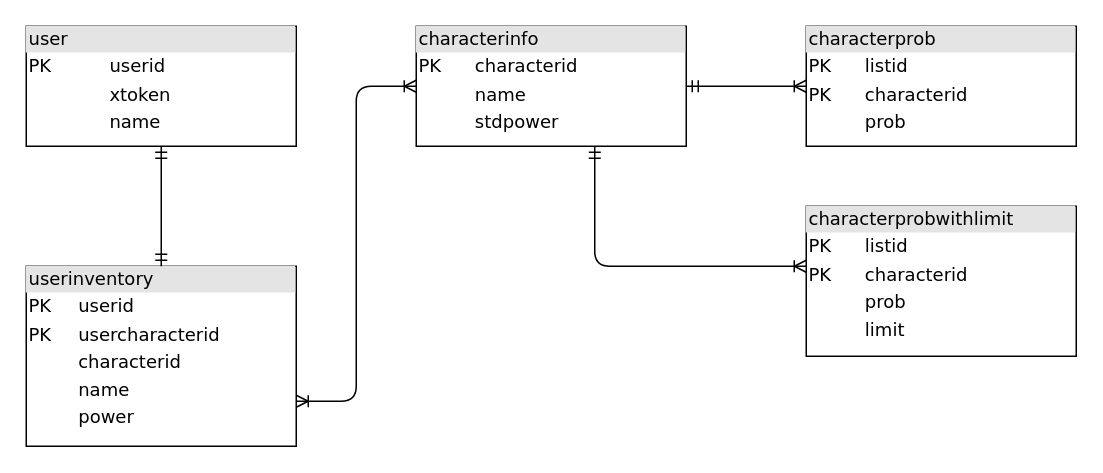
Above: Untitled Diagram.drawio in Rabishop/techtrain (draw.io), before the change. Source tidied: cells renumbered, new cells numbered last; positions are measured from the earlier drawing's top-left corner, leaving out a move shared by most shapes. Both pictures are drawn from the tidied source at 150%, with x=0, y=0 at pixel (26, 26).
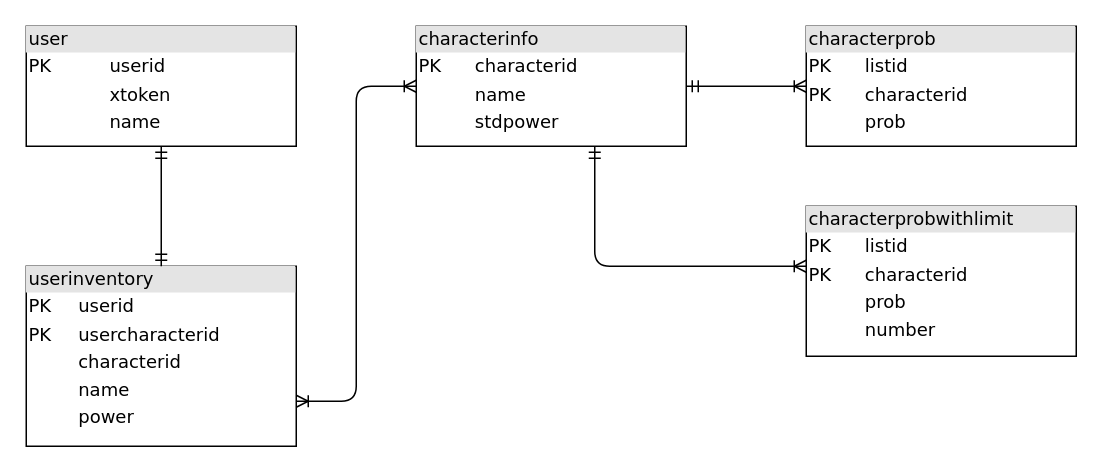
Above is the later version.

The edit, as a diff of the source:
```diff
@@
 <mxGraphModel>
   <root>
     <mxCell id="0" />
     <mxCell id="1" parent="0" />
     <mxCell id="2" value="&lt;div style=&quot;box-sizing: border-box ; width: 100% ; background: #e4e4e4 ; padding: 2px&quot;&gt;userinventory&lt;/div&gt;&lt;table style=&quot;width: 100% ; font-size: 1em&quot; cellpadding=&quot;2&quot; cellspacing=&quot;0&quot;&gt;&lt;tbody&gt;&lt;tr&gt;&lt;td&gt;PK&lt;/td&gt;&lt;td&gt;&lt;br&gt;&lt;/td&gt;&lt;td&gt;userid&lt;/td&gt;&lt;td&gt;&lt;br&gt;&lt;/td&gt;&lt;/tr&gt;&lt;tr&gt;&lt;td&gt;PK&lt;/td&gt;&lt;td&gt;&lt;br&gt;&lt;/td&gt;&lt;td&gt;usercharacterid&lt;br&gt;&lt;/td&gt;&lt;td&gt;&lt;br&gt;&lt;/td&gt;&lt;/tr&gt;&lt;tr&gt;&lt;td&gt;&lt;br&gt;&lt;/td&gt;&lt;td&gt;&lt;br&gt;&lt;/td&gt;&lt;td&gt;characterid&lt;br&gt;&lt;/td&gt;&lt;td&gt;&lt;/td&gt;&lt;/tr&gt;&lt;tr&gt;&lt;td&gt;&lt;br&gt;&lt;/td&gt;&lt;td&gt;&lt;br&gt;&lt;/td&gt;&lt;td&gt;name&lt;/td&gt;&lt;td&gt;&lt;br&gt;&lt;/td&gt;&lt;/tr&gt;&lt;tr&gt;&lt;td&gt;&lt;br&gt;&lt;/td&gt;&lt;td&gt;&lt;br&gt;&lt;/td&gt;&lt;td&gt;power&lt;/td&gt;&lt;td&gt;&lt;br&gt;&lt;/td&gt;&lt;/tr&gt;&lt;tr&gt;&lt;td&gt;&lt;br&gt;&lt;/td&gt;&lt;td&gt;&lt;br&gt;&lt;/td&gt;&lt;td&gt;&lt;br&gt;&lt;/td&gt;&lt;td&gt;&lt;br&gt;&lt;/td&gt;&lt;/tr&gt;&lt;tr&gt;&lt;td&gt;&lt;br&gt;&lt;/td&gt;&lt;td&gt;&lt;br&gt;&lt;/td&gt;&lt;td&gt;&lt;br&gt;&lt;br&gt;&lt;/td&gt;&lt;td&gt;&lt;br&gt;&lt;/td&gt;&lt;/tr&gt;&lt;tr&gt;&lt;td&gt;&lt;br&gt;&lt;/td&gt;&lt;td&gt;&lt;br&gt;&lt;/td&gt;&lt;td&gt;&lt;br&gt;&lt;/td&gt;&lt;td&gt;&lt;br&gt;&lt;/td&gt;&lt;/tr&gt;&lt;/tbody&gt;&lt;/table&gt;" style="verticalAlign=top;align=left;overflow=fill;html=1;rounded=0;shadow=0;comic=0;labelBackgroundColor=none;strokeWidth=1;fontFamily=Verdana;fontSize=12;" parent="1" vertex="1">
       <mxGeometry y="160" width="180" height="120" as="geometry" />
     </mxCell>
     <mxCell id="3" style="edgeStyle=orthogonalEdgeStyle;html=1;entryX=0.5;entryY=0;labelBackgroundColor=none;startArrow=ERmandOne;endArrow=ERmandOne;fontFamily=Verdana;fontSize=12;align=left;endFill=0;" parent="1" edge="1" source="4" target="2">
       <mxGeometry relative="1" as="geometry" />
     </mxCell>
     <mxCell id="4" value="&lt;div style=&quot;box-sizing: border-box; width: 100%; background: rgb(228, 228, 228); padding: 2px;&quot;&gt;user&lt;/div&gt;&lt;table style=&quot;width: 100% ; font-size: 1em&quot; cellpadding=&quot;2&quot; cellspacing=&quot;0&quot;&gt;&lt;tbody&gt;&lt;tr&gt;&lt;td&gt;PK&lt;/td&gt;&lt;td&gt;userid&lt;/td&gt;&lt;/tr&gt;&lt;tr&gt;&lt;td&gt;&lt;br&gt;&lt;/td&gt;&lt;td&gt;xtoken&lt;/td&gt;&lt;/tr&gt;&lt;tr&gt;&lt;td&gt;&lt;br&gt;&lt;/td&gt;&lt;td&gt;name&lt;/td&gt;&lt;/tr&gt;&lt;tr&gt;&lt;td&gt;&lt;/td&gt;&lt;td&gt;&lt;br&gt;&lt;/td&gt;&lt;/tr&gt;&lt;tr&gt;&lt;td&gt;&lt;/td&gt;&lt;td&gt;&lt;br&gt;&lt;/td&gt;&lt;/tr&gt;&lt;/tbody&gt;&lt;/table&gt;" style="verticalAlign=top;align=left;overflow=fill;html=1;rounded=0;shadow=0;comic=0;labelBackgroundColor=none;strokeWidth=1;fontFamily=Verdana;fontSize=12;" parent="1" vertex="1">
       <mxGeometry width="180" height="80" as="geometry" />
     </mxCell>
     <mxCell id="5" value="&lt;div style=&quot;box-sizing: border-box ; width: 100% ; background: #e4e4e4 ; padding: 2px&quot;&gt;characterinfo&lt;/div&gt;&lt;table style=&quot;width: 100% ; font-size: 1em&quot; cellpadding=&quot;2&quot; cellspacing=&quot;0&quot;&gt;&lt;tbody&gt;&lt;tr&gt;&lt;td&gt;PK&lt;/td&gt;&lt;td&gt;characterid&lt;/td&gt;&lt;/tr&gt;&lt;tr&gt;&lt;td&gt;&lt;br&gt;&lt;/td&gt;&lt;td&gt;name&lt;/td&gt;&lt;/tr&gt;&lt;tr&gt;&lt;td&gt;&lt;br&gt;&lt;/td&gt;&lt;td&gt;stdpower&lt;/td&gt;&lt;/tr&gt;&lt;tr&gt;&lt;td&gt;&lt;br&gt;&lt;/td&gt;&lt;td&gt;&lt;br&gt;&lt;/td&gt;&lt;/tr&gt;&lt;tr&gt;&lt;td&gt;&lt;/td&gt;&lt;td&gt;&lt;/td&gt;&lt;/tr&gt;&lt;/tbody&gt;&lt;/table&gt;" style="verticalAlign=top;align=left;overflow=fill;html=1;rounded=0;shadow=0;comic=0;labelBackgroundColor=none;strokeWidth=1;fontFamily=Verdana;fontSize=12;" parent="1" vertex="1">
       <mxGeometry x="260" width="180" height="80" as="geometry" />
     </mxCell>
     <mxCell id="6" style="edgeStyle=orthogonalEdgeStyle;html=1;labelBackgroundColor=none;startArrow=ERoneToMany;endArrow=ERoneToMany;fontFamily=Verdana;fontSize=12;align=left;endFill=0;exitX=0;exitY=0.5;exitDx=0;exitDy=0;entryX=1;entryY=0.75;entryDx=0;entryDy=0;startFill=0;" parent="1" edge="1" source="5" target="2">
       <mxGeometry relative="1" as="geometry" />
     </mxCell>
     <mxCell id="7" value="&lt;div style=&quot;box-sizing:border-box;width:100%;background:#e4e4e4;padding:2px;&quot;&gt;characterprob&lt;/div&gt;&lt;table style=&quot;width:100%;font-size:1em;&quot; cellpadding=&quot;2&quot; cellspacing=&quot;0&quot;&gt;&lt;tbody&gt;&lt;tr&gt;&lt;td&gt;PK&lt;/td&gt;&lt;td&gt;listid&lt;/td&gt;&lt;/tr&gt;&lt;tr&gt;&lt;td&gt;PK&lt;/td&gt;&lt;td&gt;characterid&lt;/td&gt;&lt;/tr&gt;&lt;tr&gt;&lt;td&gt;&lt;/td&gt;&lt;td&gt;prob&lt;/td&gt;&lt;/tr&gt;&lt;/tbody&gt;&lt;/table&gt;" style="verticalAlign=top;align=left;overflow=fill;html=1;rounded=0;shadow=0;comic=0;labelBackgroundColor=none;strokeWidth=1;fontFamily=Verdana;fontSize=12;" parent="1" vertex="1">
       <mxGeometry x="520" width="180" height="80" as="geometry" />
     </mxCell>
     <mxCell id="8" style="edgeStyle=orthogonalEdgeStyle;html=1;entryX=0;entryY=0.5;labelBackgroundColor=none;startArrow=ERmandOne;endArrow=ERoneToMany;fontFamily=Verdana;fontSize=12;align=left;endFill=0;exitX=1;exitY=0.5;exitDx=0;exitDy=0;entryDx=0;entryDy=0;" parent="1" edge="1" source="5" target="7">
       <mxGeometry relative="1" as="geometry" />
     </mxCell>
     <mxCell id="9" style="edgeStyle=orthogonalEdgeStyle;html=1;labelBackgroundColor=none;startArrow=ERmandOne;endArrow=ERoneToMany;fontFamily=Verdana;fontSize=12;align=left;endFill=0;" parent="1" edge="1">
       <mxGeometry relative="1" as="geometry">
         <mxPoint x="379" y="80" as="sourcePoint" />
         <mxPoint x="520" y="160" as="targetPoint" />
         <Array as="points">
           <mxPoint x="379" y="160" />
         </Array>
       </mxGeometry>
     </mxCell>
-    <mxCell id="10" value="&lt;div style=&quot;box-sizing:border-box;width:100%;background:#e4e4e4;padding:2px;&quot;&gt;characterprobwithlimit&lt;/div&gt;&lt;table style=&quot;width:100%;font-size:1em;&quot; cellpadding=&quot;2&quot; cellspacing=&quot;0&quot;&gt;&lt;tbody&gt;&lt;tr&gt;&lt;td&gt;PK&lt;/td&gt;&lt;td&gt;listid&lt;/td&gt;&lt;/tr&gt;&lt;tr&gt;&lt;td&gt;PK&lt;/td&gt;&lt;td&gt;characterid&lt;/td&gt;&lt;/tr&gt;&lt;tr&gt;&lt;td&gt;&lt;/td&gt;&lt;td&gt;prob&lt;/td&gt;&lt;/tr&gt;&lt;tr&gt;&lt;td&gt;&lt;br&gt;&lt;/td&gt;&lt;td&gt;limit&lt;/td&gt;&lt;/tr&gt;&lt;/tbody&gt;&lt;/table&gt;" style="verticalAlign=top;align=left;overflow=fill;html=1;rounded=0;shadow=0;comic=0;labelBackgroundColor=none;strokeWidth=1;fontFamily=Verdana;fontSize=12;" parent="1" vertex="1">
+    <mxCell id="10" value="&lt;div style=&quot;box-sizing:border-box;width:100%;background:#e4e4e4;padding:2px;&quot;&gt;characterprobwithlimit&lt;/div&gt;&lt;table style=&quot;width:100%;font-size:1em;&quot; cellpadding=&quot;2&quot; cellspacing=&quot;0&quot;&gt;&lt;tbody&gt;&lt;tr&gt;&lt;td&gt;PK&lt;/td&gt;&lt;td&gt;listid&lt;/td&gt;&lt;/tr&gt;&lt;tr&gt;&lt;td&gt;PK&lt;/td&gt;&lt;td&gt;characterid&lt;/td&gt;&lt;/tr&gt;&lt;tr&gt;&lt;td&gt;&lt;/td&gt;&lt;td&gt;prob&lt;/td&gt;&lt;/tr&gt;&lt;tr&gt;&lt;td&gt;&lt;br&gt;&lt;/td&gt;&lt;td&gt;number&lt;/td&gt;&lt;/tr&gt;&lt;/tbody&gt;&lt;/table&gt;" style="verticalAlign=top;align=left;overflow=fill;html=1;rounded=0;shadow=0;comic=0;labelBackgroundColor=none;strokeWidth=1;fontFamily=Verdana;fontSize=12;" parent="1" vertex="1">
       <mxGeometry x="520" y="120" width="180" height="100" as="geometry" />
     </mxCell>
   </root>
 </mxGraphModel>
```
